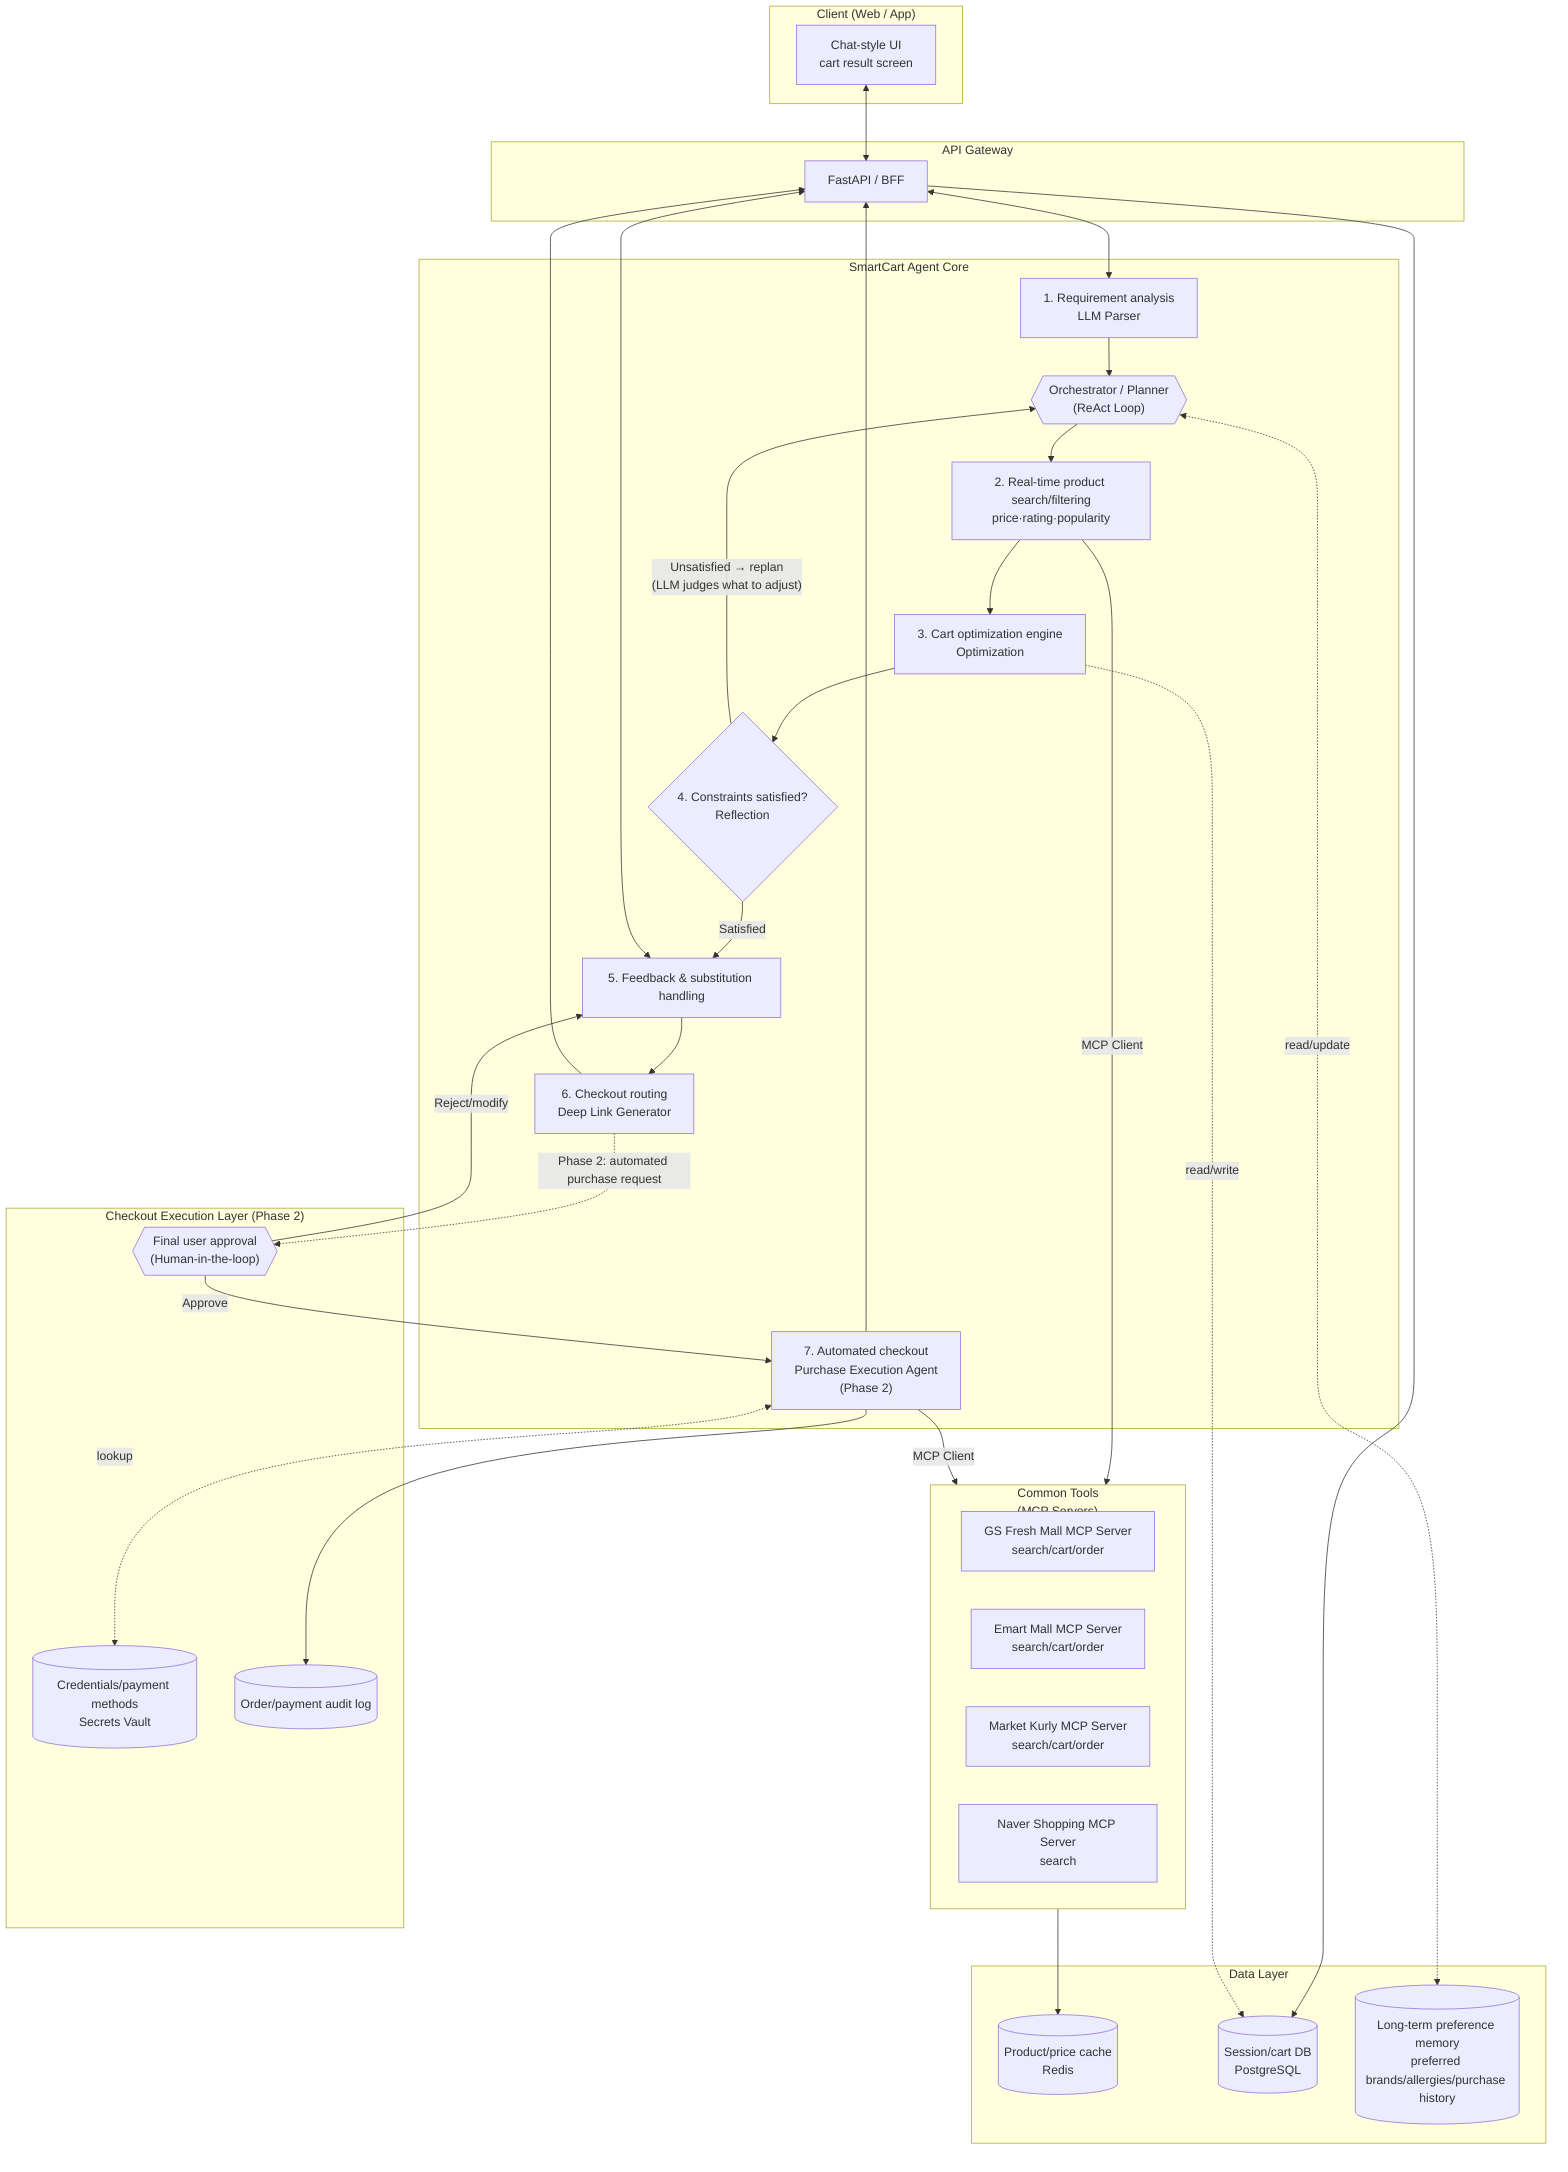
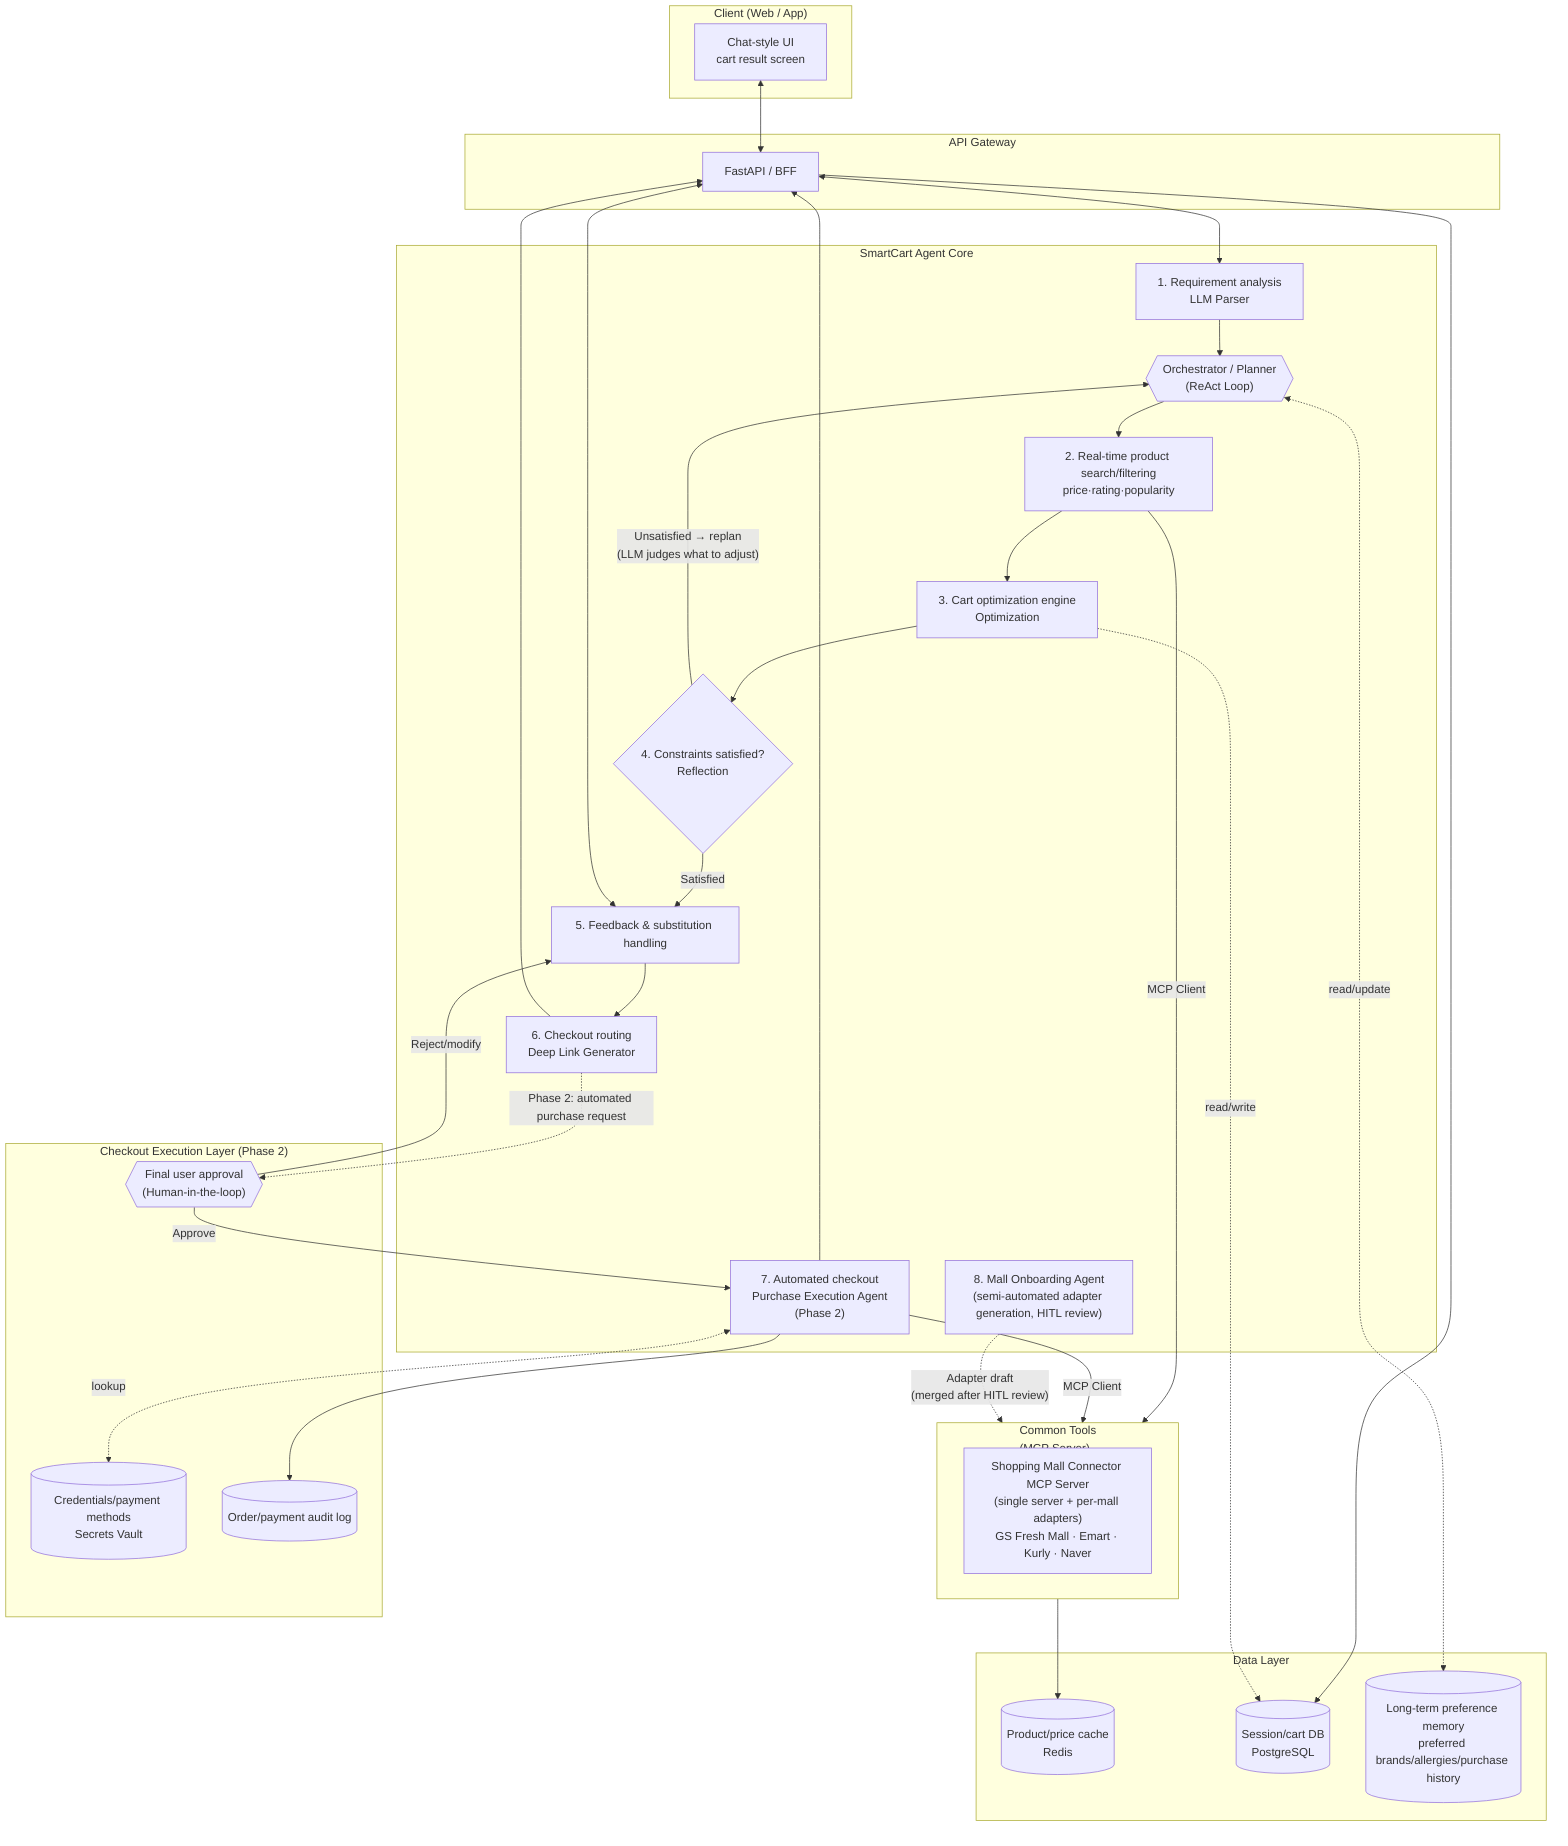
flowchart TB
    subgraph Client["Client (Web / App)"]
        UI[Chat-style UI<br/>cart result screen]
    end

    subgraph Gateway["API Gateway"]
        GW[FastAPI / BFF]
    end

    subgraph Agent["SmartCart Agent Core"]
        Parser[1. Requirement analysis<br/>LLM Parser]
        Orchestrator{{"Orchestrator / Planner<br/>(ReAct Loop)"}}
        Search[2. Real-time product search/filtering<br/>price·rating·popularity]
        Optimizer[3. Cart optimization engine<br/>Optimization]
        Reflect{4. Constraints satisfied?<br/>Reflection}
        Feedback[5. Feedback & substitution handling]
        Router[6. Checkout routing<br/>Deep Link Generator]
        Purchase["7. Automated checkout<br/>Purchase Execution Agent<br/>(Phase 2)"]
+         Onboarding["8. Mall Onboarding Agent<br/>(semi-automated adapter generation, HITL review)"]
    end

-     subgraph Tools["Common Tools<br/>(MCP Servers)"]
-         GSFresh[GS Fresh Mall MCP Server<br/>search/cart/order]
-         Emart[Emart Mall MCP Server<br/>search/cart/order]
-         Kurly[Market Kurly MCP Server<br/>search/cart/order]
-         Naver[Naver Shopping MCP Server<br/>search]
+     subgraph Tools["Common Tools<br/>(MCP Server)"]
+         MallConnector["Shopping Mall Connector MCP Server<br/>(single server + per-mall adapters)<br/>GS Fresh Mall · Emart · Kurly · Naver"]
    end

    subgraph Checkout["Checkout Execution Layer (Phase 2)"]
        HITL{{"Final user approval<br/>(Human-in-the-loop)"}}
        Vault[(Credentials/payment methods<br/>Secrets Vault)]
        AuditLog[(Order/payment audit log)]
    end

    subgraph Data["Data Layer"]
        Cache[(Product/price cache<br/>Redis)]
        DB[(Session/cart DB<br/>PostgreSQL)]
        Memory[(Long-term preference memory<br/>preferred brands/allergies/purchase history)]
    end

    UI <--> GW
    GW <--> Parser
    Parser --> Orchestrator
    Orchestrator --> Search
    Search -- "MCP Client" --> Tools
    Tools --> Cache
    Search --> Optimizer
    Optimizer --> Reflect
    Reflect -- "Unsatisfied → replan<br/>(LLM judges what to adjust)" --> Orchestrator
    Reflect -- "Satisfied" --> Feedback
    Feedback <--> GW
    Feedback --> Router
    Router --> GW
    Router -. "Phase 2: automated purchase request" .-> HITL
    HITL -- "Approve" --> Purchase
    HITL -- "Reject/modify" --> Feedback
    Purchase -- "MCP Client" --> Tools
    Purchase <-.lookup.-> Vault
    Purchase --> AuditLog
    Purchase --> GW
    GW --> DB
    Optimizer -.read/write.-> DB
    Orchestrator <-.read/update.-> Memory
+     Onboarding -. "Adapter draft<br/>(merged after HITL review)" .-> Tools
